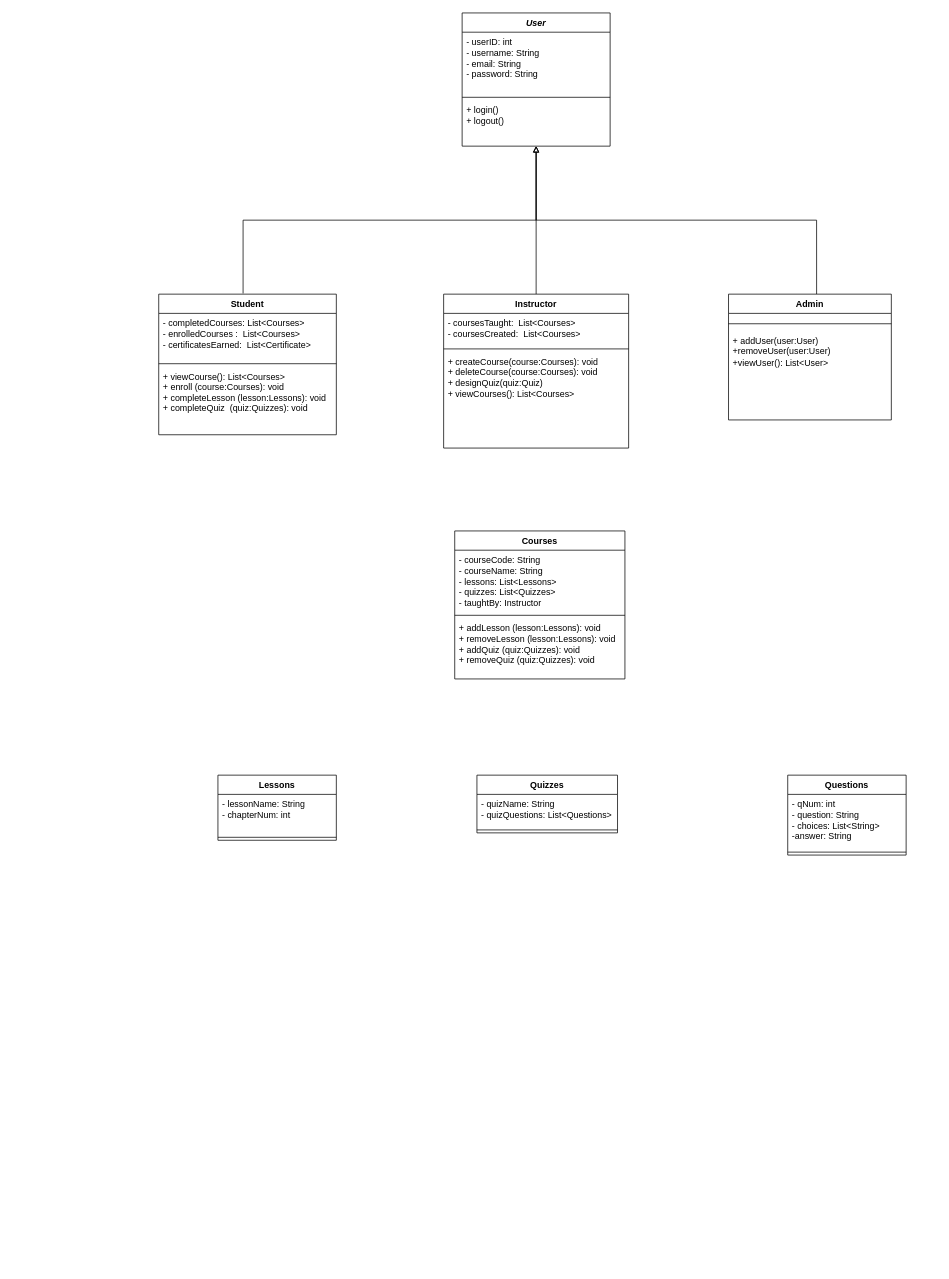
Earlier version of the draw.io diagram Class_Diagram/Untitled Diagram.drawio (23010477/Lab6_SkillForge). Source tidied: cells renumbered, new cells numbered last; positions are measured from the earlier drawing's top-left corner, leaving out a move shared by most shapes. Both pictures are drawn from the tidied source at 74%, with x=0, y=0 at pixel (158, 13).
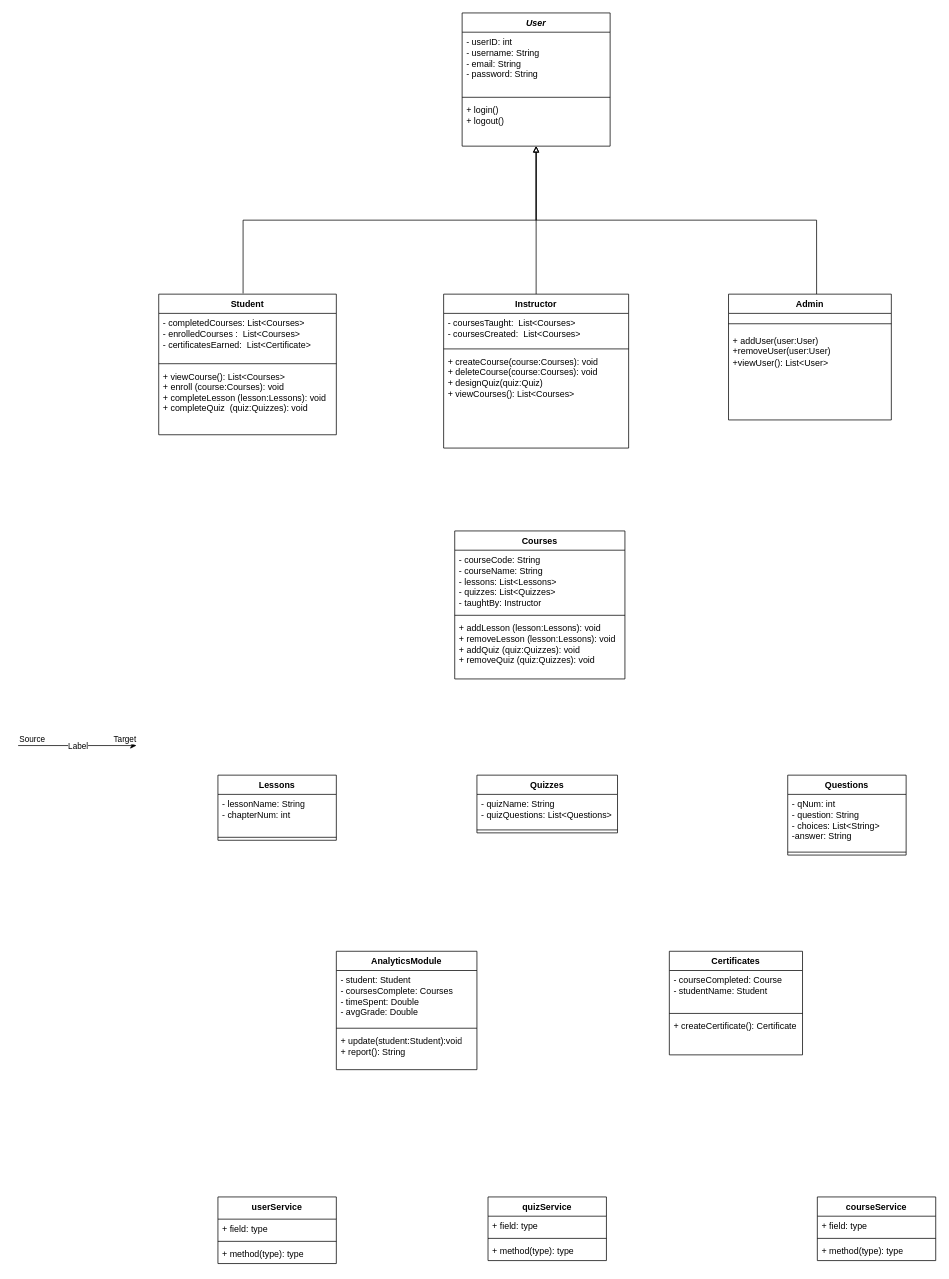
Above is the later version.

Commit message:
Finished Core Layer diagram without relations

Diff of the diagram source:
```diff
@@
+    <mxCell id="34" value="Certificates" style="swimlane;fontStyle=1;align=center;verticalAlign=top;horizontal=1;startSize=26;whiteSpace=wrap;html=1;" parent="1" vertex="1">
+      <mxGeometry x="690" y="1268" width="180" height="140" as="geometry" />
+    </mxCell>
+    <mxCell id="35" value="&lt;div&gt;- courseCompleted: Course&lt;/div&gt;&lt;div&gt;- studentName: Student&lt;/div&gt;&lt;div&gt;&lt;br&gt;&lt;/div&gt;" style="text;strokeColor=none;fillColor=none;align=left;verticalAlign=top;spacingLeft=4;spacingRight=4;overflow=hidden;whiteSpace=wrap;html=1;" parent="34" vertex="1">
+      <mxGeometry y="26" width="180" height="54" as="geometry" />
+    </mxCell>
+    <mxCell id="36" style="line;strokeWidth=1;fillColor=none;align=left;verticalAlign=middle;spacingTop=-1;spacingLeft=3;spacingRight=3;labelPosition=right;strokeColor=inherit;" parent="34" vertex="1">
+      <mxGeometry y="80" width="180" height="8" as="geometry" />
+    </mxCell>
+    <mxCell id="37" value="+ createCertificate(): Certificate" style="text;strokeColor=none;fillColor=none;align=left;verticalAlign=top;spacingLeft=4;spacingRight=4;overflow=hidden;whiteSpace=wrap;html=1;" parent="34" vertex="1">
+      <mxGeometry y="88" width="180" height="52" as="geometry" />
+    </mxCell>
+    <mxCell id="38" value="AnalyticsModule" style="swimlane;fontStyle=1;align=center;verticalAlign=top;horizontal=1;startSize=26;whiteSpace=wrap;html=1;" parent="1" vertex="1">
+      <mxGeometry x="240" y="1268" width="190" height="160" as="geometry" />
+    </mxCell>
+    <mxCell id="39" value="&lt;div&gt;- student: Student&lt;/div&gt;&lt;div&gt;- coursesComplete: Courses&lt;/div&gt;&lt;div&gt;- timeSpent: Double&lt;/div&gt;&lt;div&gt;- avgGrade: Double&lt;/div&gt;&lt;div&gt;&lt;br&gt;&lt;/div&gt;" style="text;strokeColor=none;fillColor=none;align=left;verticalAlign=top;spacingLeft=4;spacingRight=4;overflow=hidden;whiteSpace=wrap;html=1;" parent="38" vertex="1">
+      <mxGeometry y="26" width="190" height="74" as="geometry" />
+    </mxCell>
+    <mxCell id="40" style="line;strokeWidth=1;fillColor=none;align=left;verticalAlign=middle;spacingTop=-1;spacingLeft=3;spacingRight=3;labelPosition=right;strokeColor=inherit;" parent="38" vertex="1">
+      <mxGeometry y="100" width="190" height="8" as="geometry" />
+    </mxCell>
+    <mxCell id="41" value="&lt;div&gt;+ update(student:Student):void&lt;/div&gt;&lt;div&gt;+ report(): String&lt;/div&gt;" style="text;strokeColor=none;fillColor=none;align=left;verticalAlign=top;spacingLeft=4;spacingRight=4;overflow=hidden;whiteSpace=wrap;html=1;" parent="38" vertex="1">
+      <mxGeometry y="108" width="190" height="52" as="geometry" />
+    </mxCell>
+    <mxCell id="42" style="endArrow=classic;html=1;rounded=0;" parent="1" edge="1">
+      <mxGeometry relative="1" as="geometry">
+        <mxPoint x="-190" y="990" as="sourcePoint" />
+        <mxPoint x="-30" y="990" as="targetPoint" />
+      </mxGeometry>
+    </mxCell>
+    <mxCell id="43" value="Label" style="edgeLabel;html=1;align=center;verticalAlign=middle;" parent="42" vertex="1">
+      <mxGeometry relative="1" as="geometry" />
+    </mxCell>
+    <mxCell id="44" value="Source" style="edgeLabel;html=1;align=left;verticalAlign=bottom;" parent="42" vertex="1">
+      <mxGeometry x="-1" relative="1" as="geometry" />
+    </mxCell>
+    <mxCell id="45" value="Target" style="edgeLabel;html=1;align=right;verticalAlign=bottom;" parent="42" vertex="1">
+      <mxGeometry x="1" relative="1" as="geometry" />
+    </mxCell>
+    <mxCell id="46" value="userService" style="swimlane;fontStyle=1;align=center;verticalAlign=top;horizontal=1;startSize=30;whiteSpace=wrap;html=1;" parent="1" vertex="1">
+      <mxGeometry x="80" y="1600" width="160" height="90" as="geometry" />
+    </mxCell>
+    <mxCell id="47" value="+ field: type" style="text;strokeColor=none;fillColor=none;align=left;verticalAlign=top;spacingLeft=4;spacingRight=4;overflow=hidden;whiteSpace=wrap;html=1;" parent="46" vertex="1">
+      <mxGeometry y="30" width="160" height="26" as="geometry" />
+    </mxCell>
+    <mxCell id="48" style="line;strokeWidth=1;fillColor=none;align=left;verticalAlign=middle;spacingTop=-1;spacingLeft=3;spacingRight=3;labelPosition=right;strokeColor=inherit;" parent="46" vertex="1">
+      <mxGeometry y="56" width="160" height="8" as="geometry" />
+    </mxCell>
+    <mxCell id="49" value="+ method(type): type" style="text;strokeColor=none;fillColor=none;align=left;verticalAlign=top;spacingLeft=4;spacingRight=4;overflow=hidden;whiteSpace=wrap;html=1;" parent="46" vertex="1">
+      <mxGeometry y="64" width="160" height="26" as="geometry" />
+    </mxCell>
+    <mxCell id="50" value="quizService" style="swimlane;fontStyle=1;align=center;verticalAlign=top;horizontal=1;startSize=26;whiteSpace=wrap;html=1;" parent="1" vertex="1">
+      <mxGeometry x="445" y="1600" width="160" height="86" as="geometry" />
+    </mxCell>
+    <mxCell id="51" value="+ field: type" style="text;strokeColor=none;fillColor=none;align=left;verticalAlign=top;spacingLeft=4;spacingRight=4;overflow=hidden;whiteSpace=wrap;html=1;" parent="50" vertex="1">
+      <mxGeometry y="26" width="160" height="26" as="geometry" />
+    </mxCell>
+    <mxCell id="52" style="line;strokeWidth=1;fillColor=none;align=left;verticalAlign=middle;spacingTop=-1;spacingLeft=3;spacingRight=3;labelPosition=right;strokeColor=inherit;" parent="50" vertex="1">
+      <mxGeometry y="52" width="160" height="8" as="geometry" />
+    </mxCell>
+    <mxCell id="53" value="+ method(type): type" style="text;strokeColor=none;fillColor=none;align=left;verticalAlign=top;spacingLeft=4;spacingRight=4;overflow=hidden;whiteSpace=wrap;html=1;" parent="50" vertex="1">
+      <mxGeometry y="60" width="160" height="26" as="geometry" />
+    </mxCell>
+    <mxCell id="54" value="courseService" style="swimlane;fontStyle=1;align=center;verticalAlign=top;horizontal=1;startSize=26;whiteSpace=wrap;html=1;" parent="1" vertex="1">
+      <mxGeometry x="890" y="1600" width="160" height="86" as="geometry" />
+    </mxCell>
+    <mxCell id="55" value="+ field: type" style="text;strokeColor=none;fillColor=none;align=left;verticalAlign=top;spacingLeft=4;spacingRight=4;overflow=hidden;whiteSpace=wrap;html=1;" parent="54" vertex="1">
+      <mxGeometry y="26" width="160" height="26" as="geometry" />
+    </mxCell>
+    <mxCell id="56" style="line;strokeWidth=1;fillColor=none;align=left;verticalAlign=middle;spacingTop=-1;spacingLeft=3;spacingRight=3;labelPosition=right;strokeColor=inherit;" parent="54" vertex="1">
+      <mxGeometry y="52" width="160" height="8" as="geometry" />
+    </mxCell>
+    <mxCell id="57" value="+ method(type): type" style="text;strokeColor=none;fillColor=none;align=left;verticalAlign=top;spacingLeft=4;spacingRight=4;overflow=hidden;whiteSpace=wrap;html=1;" parent="54" vertex="1">
+      <mxGeometry y="60" width="160" height="26" as="geometry" />
+    </mxCell>
```
